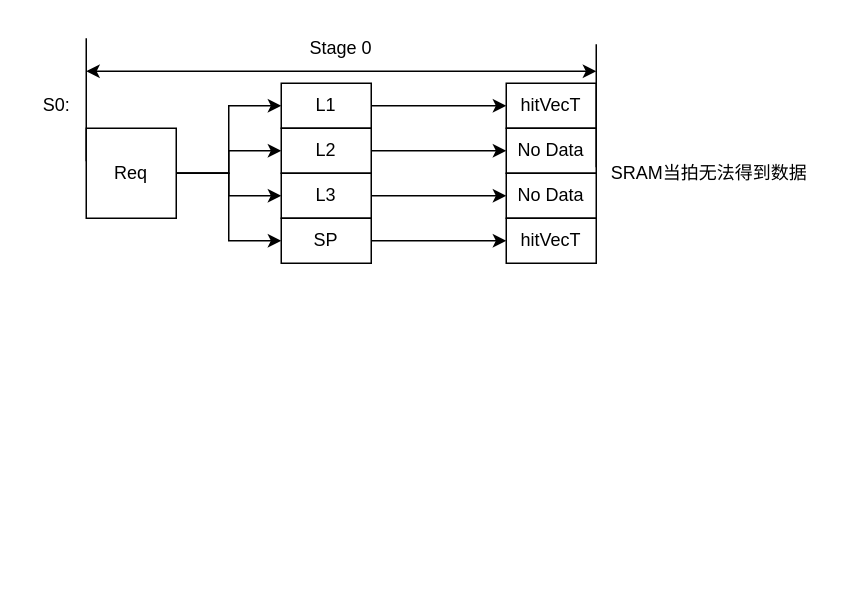
Above: PageCache 流水图.drawio in mingerfan/drawiorepo (draw.io), before the change. Source tidied: cells renumbered, new cells numbered last; positions are measured from the earlier drawing's top-left corner, leaving out a move shared by most shapes. Both pictures are drawn from the tidied source at 150%, with x=0, y=0 at pixel (26, 26).
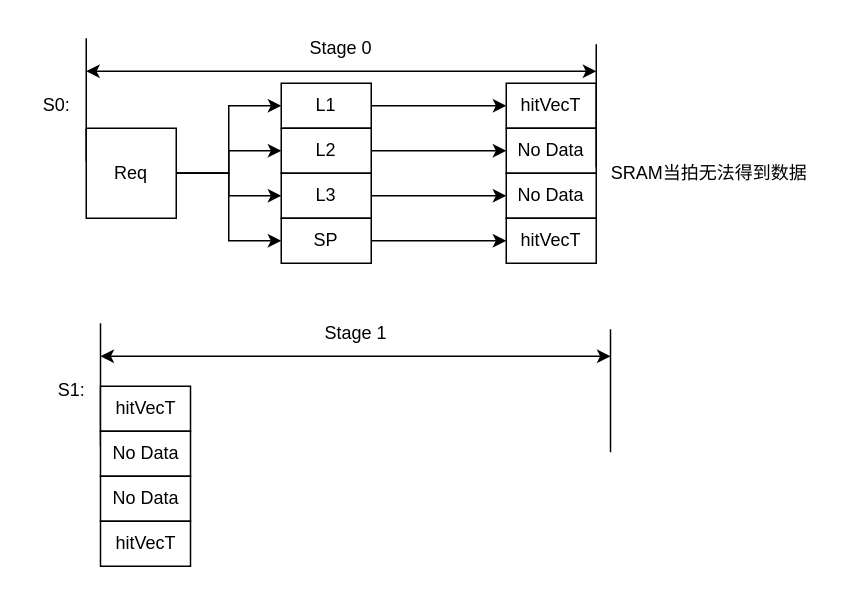
Above is the later version.

Change to the diagram source:
```diff
@@
+    <mxCell id="25" value="S1:" style="text;html=1;align=center;verticalAlign=middle;strokeColor=none;fillColor=none;" parent="1" vertex="1">
+      <mxGeometry x="9.5" y="228" width="40" height="30" as="geometry" />
+    </mxCell>
+    <mxCell id="26" style="endArrow=none;html=1;rounded=0;" parent="1" edge="1">
+      <mxGeometry relative="1" as="geometry">
+        <mxPoint x="49.5" y="280" as="sourcePoint" />
+        <mxPoint x="49.5" y="198" as="targetPoint" />
+      </mxGeometry>
+    </mxCell>
+    <mxCell id="27" value="hitVecT" style="rounded=0;whiteSpace=wrap;html=1;" parent="1" vertex="1">
+      <mxGeometry x="49.5" y="240" width="60" height="30" as="geometry" />
+    </mxCell>
+    <mxCell id="28" value="No Data" style="rounded=0;whiteSpace=wrap;html=1;" parent="1" vertex="1">
+      <mxGeometry x="49.5" y="270" width="60" height="30" as="geometry" />
+    </mxCell>
+    <mxCell id="29" value="No Data" style="rounded=0;whiteSpace=wrap;html=1;" parent="1" vertex="1">
+      <mxGeometry x="49.5" y="300" width="60" height="30" as="geometry" />
+    </mxCell>
+    <mxCell id="30" value="hitVecT" style="rounded=0;whiteSpace=wrap;html=1;" parent="1" vertex="1">
+      <mxGeometry x="49.5" y="330" width="60" height="30" as="geometry" />
+    </mxCell>
+    <mxCell id="31" style="endArrow=none;html=1;rounded=0;" parent="1" edge="1">
+      <mxGeometry relative="1" as="geometry">
+        <mxPoint x="389.5" y="284" as="sourcePoint" />
+        <mxPoint x="389.5" y="202" as="targetPoint" />
+      </mxGeometry>
+    </mxCell>
+    <mxCell id="32" style="endArrow=classic;startArrow=classic;html=1;rounded=0;" parent="1" edge="1">
+      <mxGeometry relative="1" as="geometry">
+        <mxPoint x="49.5" y="220" as="sourcePoint" />
+        <mxPoint x="389.5" y="220" as="targetPoint" />
+      </mxGeometry>
+    </mxCell>
+    <mxCell id="33" value="Stage 1" style="text;html=1;align=center;verticalAlign=middle;whiteSpace=wrap;rounded=0;" parent="1" vertex="1">
+      <mxGeometry x="189.5" y="190" width="60" height="30" as="geometry" />
+    </mxCell>
```
